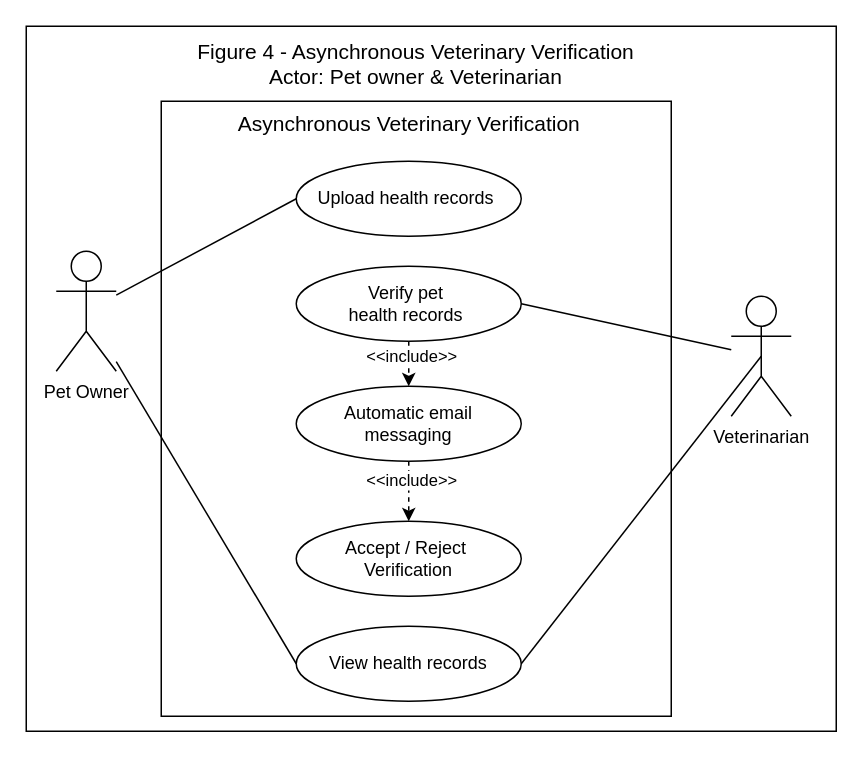
This is page "Fig-4" (4 of 10) of USE-CASE_Diagram_Franco.drawio from Chels013/Breedr-Diagrams, a draw.io file, before an edit. Source tidied: cells renumbered, new cells numbered last; positions are measured from the earlier drawing's top-left corner, leaving out a move shared by most shapes. Both pictures are drawn from the tidied source at 150%, with x=0, y=0 at pixel (26, 26).
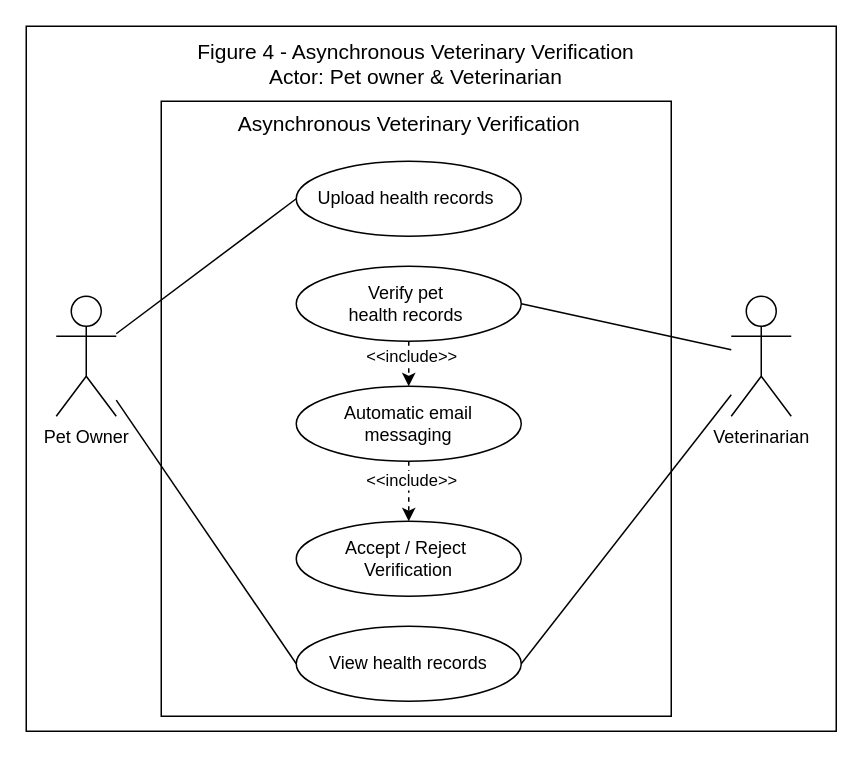
The same page after the edit.

The change refers to these unchanged cells:
```xml
<mxCell id="7" value="View health records" style="ellipse;whiteSpace=wrap;html=1;rounded=0;align=center;verticalAlign=middle;fontFamily=Helvetica;fontSize=12;fontColor=default;fillColor=none;gradientColor=none;" parent="1" vertex="1">
  <mxGeometry x="180" y="400" width="150" height="50" as="geometry" />
</mxCell>
<mxCell id="12" value="Veterinarian" style="shape=umlActor;verticalLabelPosition=bottom;verticalAlign=top;html=1;outlineConnect=0;rounded=0;align=center;fontFamily=Helvetica;fontSize=12;fontColor=default;fillColor=none;gradientColor=none;" parent="1" vertex="1">
  <mxGeometry x="470" y="180" width="40" height="80" as="geometry" />
</mxCell>
```

Change to the diagram source:
```diff
@@
     <mxCell id="4" value="Pet Owner" style="shape=umlActor;verticalLabelPosition=bottom;verticalAlign=top;html=1;outlineConnect=0;rounded=0;align=center;fontFamily=Helvetica;fontSize=12;fontColor=default;fillColor=none;gradientColor=none;" parent="1" vertex="1">
-      <mxGeometry x="20" y="150" width="40" height="80" as="geometry" />
+      <mxGeometry x="20" y="180" width="40" height="80" as="geometry" />
     </mxCell>
@@
-    <mxCell id="13" style="endArrow=none;html=1;fontFamily=Helvetica;fontSize=12;fontColor=default;entryX=0.5;entryY=0.5;entryDx=0;entryDy=0;entryPerimeter=0;exitX=1;exitY=0.5;exitDx=0;exitDy=0;" parent="1" edge="1" source="7" target="12">
+    <mxCell id="13" style="endArrow=none;html=1;fontFamily=Helvetica;fontSize=12;fontColor=default;exitX=1;exitY=0.5;exitDx=0;exitDy=0;" parent="1" edge="1" source="7" target="12">
       <mxGeometry relative="1" as="geometry" />
     </mxCell>
```
